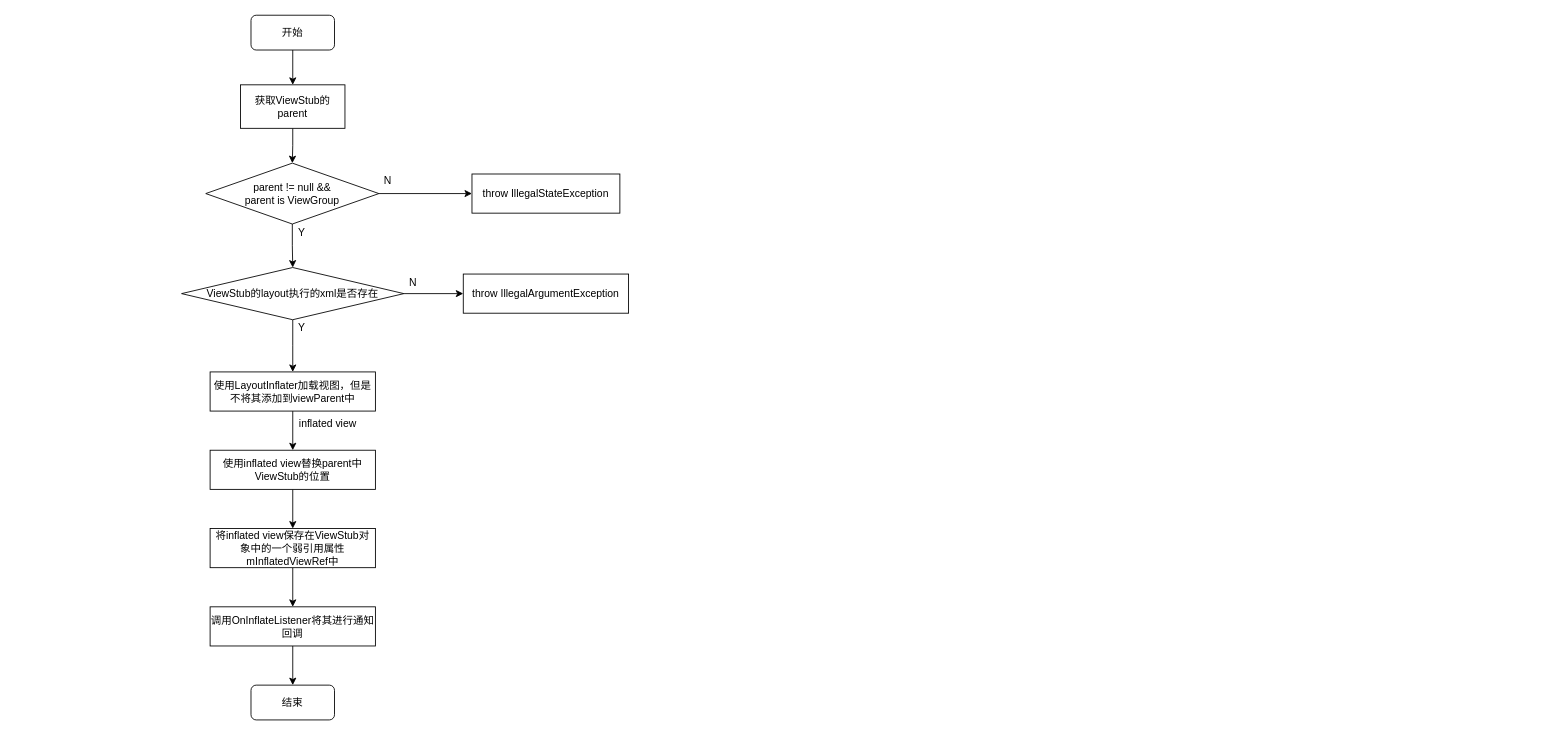
Eanam/PointlessDiagram keeps this draw.io diagram as ViewStub.drawio. Above is the earlier version. Source tidied: cells renumbered, new cells numbered last; positions are measured from the earlier drawing's top-left corner, leaving out a move shared by most shapes. Both pictures are drawn from the tidied source at 87%, with x=0, y=0 at pixel (181, 15).
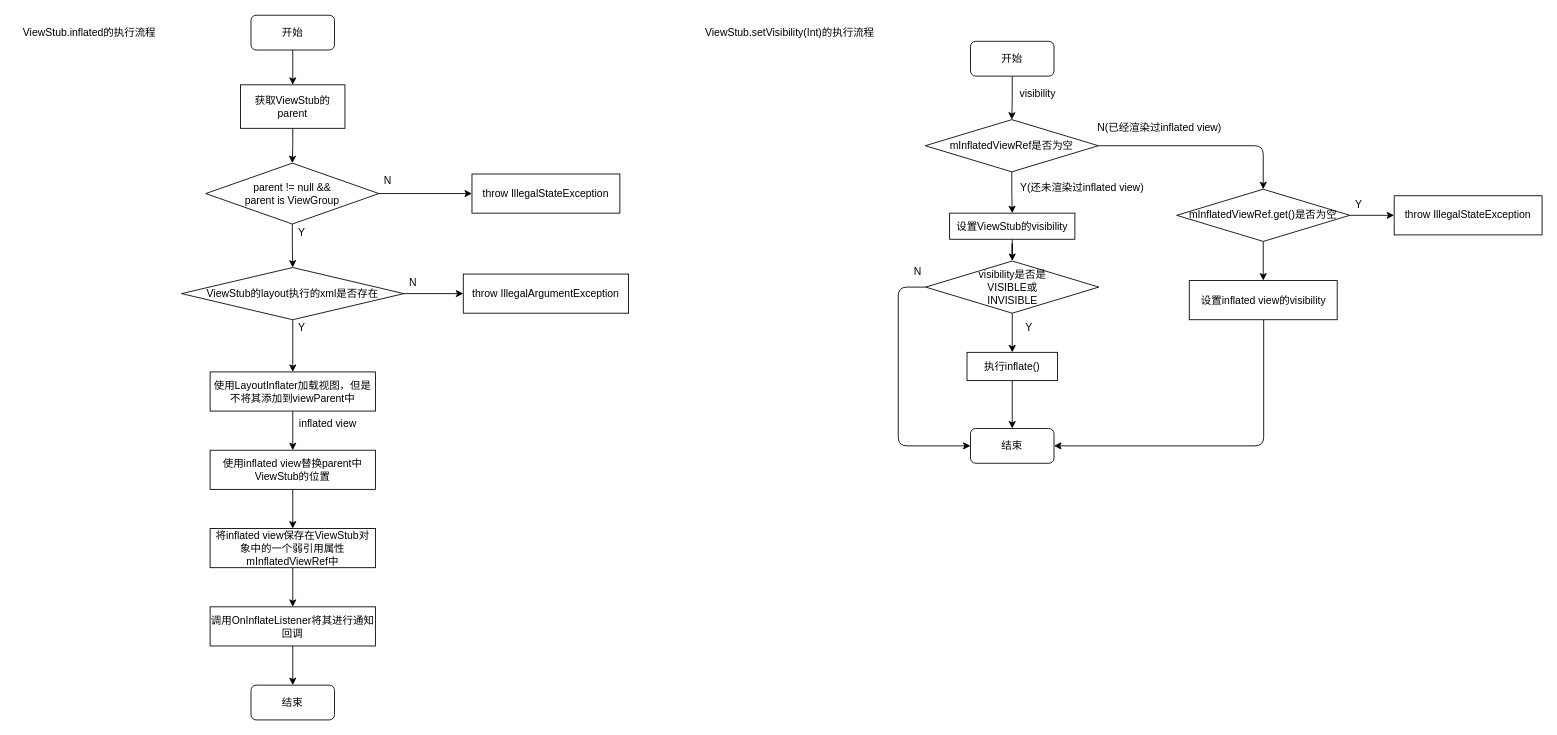
The same page after the edit.

Change to the diagram source:
```diff
@@
+    <mxCell id="28" value="ViewStub.inflated的执行流程" style="text;html=1;align=center;verticalAlign=middle;strokeColor=none;fillColor=none;" parent="1" vertex="1">
+      <mxGeometry x="-191" y="10" width="170" height="20" as="geometry" />
+    </mxCell>
+    <mxCell id="29" value="ViewStub.setVisibility(Int)的执行流程" style="text;html=1;align=center;verticalAlign=middle;strokeColor=none;fillColor=none;" parent="1" vertex="1">
+      <mxGeometry x="594" y="10" width="210" height="20" as="geometry" />
+    </mxCell>
+    <mxCell id="30" style="edgeStyle=orthogonalEdgeStyle;rounded=0;jettySize=auto;html=1;" parent="1" edge="1" source="31" target="33">
+      <mxGeometry relative="1" as="geometry" />
+    </mxCell>
+    <mxCell id="31" value="开始" style="rounded=1;whiteSpace=wrap;html=1;" parent="1" vertex="1">
+      <mxGeometry x="907" y="30" width="96" height="40" as="geometry" />
+    </mxCell>
+    <mxCell id="32" style="edgeStyle=orthogonalEdgeStyle;rounded=0;jettySize=auto;html=1;" parent="1" edge="1" source="33" target="49">
+      <mxGeometry relative="1" as="geometry" />
+    </mxCell>
+    <mxCell id="33" value="mInflatedViewRef是否为空" style="rhombus;whiteSpace=wrap;html=1;" parent="1" vertex="1">
+      <mxGeometry x="855" y="120" width="199" height="60" as="geometry" />
+    </mxCell>
+    <mxCell id="34" style="endArrow=classic;html=1;exitX=1;exitY=0.5;exitDx=0;exitDy=0;entryX=0.5;entryY=0;entryDx=0;entryDy=0;edgeStyle=orthogonalEdgeStyle;" parent="1" edge="1" source="33" target="38">
+      <mxGeometry relative="1" as="geometry" />
+    </mxCell>
+    <mxCell id="35" value="N(已经渲染过inflated view)" style="text;html=1;align=center;verticalAlign=middle;strokeColor=none;fillColor=none;" parent="1" vertex="1">
+      <mxGeometry x="1044" y="120" width="160" height="20" as="geometry" />
+    </mxCell>
+    <mxCell id="36" style="edgeStyle=orthogonalEdgeStyle;rounded=0;jettySize=auto;html=1;" parent="1" edge="1" source="38" target="39">
+      <mxGeometry relative="1" as="geometry" />
+    </mxCell>
+    <mxCell id="37" style="edgeStyle=orthogonalEdgeStyle;rounded=0;jettySize=auto;html=1;" parent="1" edge="1" source="38" target="41">
+      <mxGeometry relative="1" as="geometry" />
+    </mxCell>
+    <mxCell id="38" value="mInflatedViewRef.get()是否为空" style="rhombus;whiteSpace=wrap;html=1;" parent="1" vertex="1">
+      <mxGeometry x="1144" y="200" width="199" height="60" as="geometry" />
+    </mxCell>
+    <mxCell id="39" value="throw IllegalStateException" style="rounded=0;whiteSpace=wrap;html=1;" parent="1" vertex="1">
+      <mxGeometry x="1394" y="207.5" width="170" height="45" as="geometry" />
+    </mxCell>
+    <mxCell id="40" value="Y" style="text;html=1;align=center;verticalAlign=middle;strokeColor=none;fillColor=none;" parent="1" vertex="1">
+      <mxGeometry x="1343" y="207.5" width="20" height="20" as="geometry" />
+    </mxCell>
+    <mxCell id="41" value="设置inflated view的visibility" style="rounded=0;whiteSpace=wrap;html=1;" parent="1" vertex="1">
+      <mxGeometry x="1158.5" y="305" width="170" height="45" as="geometry" />
+    </mxCell>
+    <mxCell id="42" value="visibility" style="text;html=1;align=center;verticalAlign=middle;strokeColor=none;fillColor=none;" parent="1" vertex="1">
+      <mxGeometry x="954" y="80" width="60" height="20" as="geometry" />
+    </mxCell>
+    <mxCell id="43" value="Y(还未渲染过inflated view)" style="text;html=1;align=center;verticalAlign=middle;strokeColor=none;fillColor=none;" parent="1" vertex="1">
+      <mxGeometry x="955" y="187.5" width="160" height="20" as="geometry" />
+    </mxCell>
+    <mxCell id="44" style="edgeStyle=orthogonalEdgeStyle;rounded=0;jettySize=auto;html=1;" parent="1" edge="1" source="45" target="47">
+      <mxGeometry relative="1" as="geometry" />
+    </mxCell>
+    <mxCell id="45" value="visibility是否是&lt;br&gt;VISIBLE或&lt;br&gt;INVISIBLE" style="rhombus;whiteSpace=wrap;html=1;" parent="1" vertex="1">
+      <mxGeometry x="855.5" y="282.5" width="199" height="60" as="geometry" />
+    </mxCell>
+    <mxCell id="46" style="edgeStyle=orthogonalEdgeStyle;rounded=0;jettySize=auto;html=1;" parent="1" edge="1" source="47" target="51">
+      <mxGeometry relative="1" as="geometry" />
+    </mxCell>
+    <mxCell id="47" value="执行inflate()" style="rounded=0;whiteSpace=wrap;html=1;" parent="1" vertex="1">
+      <mxGeometry x="903" y="387.5" width="104" height="32.5" as="geometry" />
+    </mxCell>
+    <mxCell id="48" style="edgeStyle=orthogonalEdgeStyle;rounded=0;jettySize=auto;html=1;" parent="1" edge="1" source="49" target="45">
+      <mxGeometry relative="1" as="geometry" />
+    </mxCell>
+    <mxCell id="49" value="设置ViewStub的visibility" style="rounded=0;whiteSpace=wrap;html=1;" parent="1" vertex="1">
+      <mxGeometry x="883" y="227.5" width="144" height="30" as="geometry" />
+    </mxCell>
+    <mxCell id="50" value="Y" style="text;html=1;align=center;verticalAlign=middle;strokeColor=none;fillColor=none;" parent="1" vertex="1">
+      <mxGeometry x="964" y="350" width="20" height="20" as="geometry" />
+    </mxCell>
+    <mxCell id="51" value="结束" style="rounded=1;whiteSpace=wrap;html=1;" parent="1" vertex="1">
+      <mxGeometry x="907" y="475" width="96" height="40" as="geometry" />
+    </mxCell>
+    <mxCell id="52" style="endArrow=classic;html=1;exitX=0;exitY=0.5;exitDx=0;exitDy=0;entryX=0;entryY=0.5;entryDx=0;entryDy=0;edgeStyle=orthogonalEdgeStyle;" parent="1" edge="1" source="45" target="51">
+      <mxGeometry relative="1" as="geometry">
+        <Array as="points">
+          <mxPoint x="824" y="313" />
+          <mxPoint x="824" y="495" />
+        </Array>
+      </mxGeometry>
+    </mxCell>
+    <mxCell id="53" value="N" style="text;html=1;align=center;verticalAlign=middle;strokeColor=none;fillColor=none;" parent="1" vertex="1">
+      <mxGeometry x="835.5" y="285" width="20" height="20" as="geometry" />
+    </mxCell>
+    <mxCell id="54" style="endArrow=classic;html=1;entryX=1;entryY=0.5;entryDx=0;entryDy=0;edgeStyle=orthogonalEdgeStyle;" parent="1" edge="1" target="51">
+      <mxGeometry relative="1" as="geometry">
+        <mxPoint x="1244" y="350" as="sourcePoint" />
+        <Array as="points">
+          <mxPoint x="1244" y="495" />
+        </Array>
+      </mxGeometry>
+    </mxCell>
```
